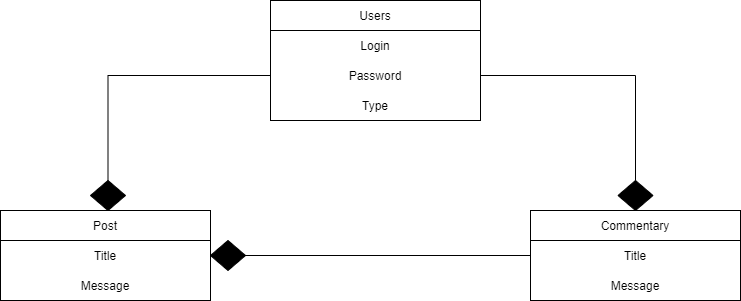
Above: docs/Diagramme de class.png in Geoffray-buhler/P05-OCR (draw.io), before the change. Source tidied: cells renumbered, new cells last; positions are measured from the earlier drawing's top-left corner, leaving out a move shared by most shapes. The source it was exported from:
```xml
<mxGraphModel>
  <root>
    <mxCell id="0" />
    <mxCell id="1" parent="0" />
    <mxCell id="2" style="rounded=0;whiteSpace=wrap;html=1;" parent="1" vertex="1">
      <mxGeometry x="270" width="210" height="120" as="geometry" />
    </mxCell>
    <mxCell id="3" value="Users" style="rounded=0;whiteSpace=wrap;html=1;" parent="1" vertex="1">
      <mxGeometry x="270" width="210" height="30" as="geometry" />
    </mxCell>
    <mxCell id="4" value="Login" style="text;html=1;strokeColor=none;fillColor=none;align=center;verticalAlign=middle;whiteSpace=wrap;rounded=0;" parent="1" vertex="1">
      <mxGeometry x="270" y="30" width="210" height="30" as="geometry" />
    </mxCell>
    <mxCell id="5" style="edgeStyle=orthogonalEdgeStyle;rounded=0;jettySize=auto;html=1;entryX=0.5;entryY=0;entryDx=0;entryDy=0;startArrow=none;" parent="1" edge="1" source="18" target="10">
      <mxGeometry relative="1" as="geometry" />
    </mxCell>
    <mxCell id="6" style="edgeStyle=orthogonalEdgeStyle;rounded=0;jettySize=auto;html=1;entryX=0.5;entryY=0;entryDx=0;entryDy=0;startArrow=none;" parent="1" edge="1" source="21" target="14">
      <mxGeometry relative="1" as="geometry" />
    </mxCell>
    <mxCell id="7" value="Password" style="text;html=1;strokeColor=none;fillColor=none;align=center;verticalAlign=middle;whiteSpace=wrap;rounded=0;" parent="1" vertex="1">
      <mxGeometry x="270" y="60" width="210" height="30" as="geometry" />
    </mxCell>
    <mxCell id="8" value="Type" style="text;html=1;strokeColor=none;fillColor=none;align=center;verticalAlign=middle;whiteSpace=wrap;rounded=0;" parent="1" vertex="1">
      <mxGeometry x="270" y="90" width="210" height="30" as="geometry" />
    </mxCell>
    <mxCell id="9" style="rounded=0;whiteSpace=wrap;html=1;" parent="1" vertex="1">
      <mxGeometry y="210" width="210" height="90" as="geometry" />
    </mxCell>
    <mxCell id="10" value="Post" style="rounded=0;whiteSpace=wrap;html=1;" parent="1" vertex="1">
      <mxGeometry y="210" width="210" height="30" as="geometry" />
    </mxCell>
    <mxCell id="11" value="Title" style="text;html=1;strokeColor=none;fillColor=none;align=center;verticalAlign=middle;whiteSpace=wrap;rounded=0;" parent="1" vertex="1">
      <mxGeometry y="240" width="210" height="30" as="geometry" />
    </mxCell>
    <mxCell id="12" value="Message" style="text;html=1;strokeColor=none;fillColor=none;align=center;verticalAlign=middle;whiteSpace=wrap;rounded=0;" parent="1" vertex="1">
      <mxGeometry y="270" width="210" height="30" as="geometry" />
    </mxCell>
    <mxCell id="13" style="rounded=0;whiteSpace=wrap;html=1;" parent="1" vertex="1">
      <mxGeometry x="530" y="210" width="210" height="90" as="geometry" />
    </mxCell>
    <mxCell id="14" value="Commentary" style="rounded=0;whiteSpace=wrap;html=1;" parent="1" vertex="1">
      <mxGeometry x="530" y="210" width="210" height="30" as="geometry" />
    </mxCell>
    <mxCell id="15" style="edgeStyle=orthogonalEdgeStyle;rounded=0;jettySize=auto;html=1;entryX=1;entryY=0.5;entryDx=0;entryDy=0;" parent="1" edge="1" source="16" target="11">
      <mxGeometry relative="1" as="geometry" />
    </mxCell>
    <mxCell id="16" value="Title" style="text;html=1;strokeColor=none;fillColor=none;align=center;verticalAlign=middle;whiteSpace=wrap;rounded=0;" parent="1" vertex="1">
      <mxGeometry x="530" y="240" width="210" height="30" as="geometry" />
    </mxCell>
    <mxCell id="17" value="Message" style="text;html=1;strokeColor=none;fillColor=none;align=center;verticalAlign=middle;whiteSpace=wrap;rounded=0;" parent="1" vertex="1">
      <mxGeometry x="530" y="270" width="210" height="30" as="geometry" />
    </mxCell>
    <mxCell id="18" style="rhombus;whiteSpace=wrap;html=1;fillColor=#000000;" parent="1" vertex="1">
      <mxGeometry x="90" y="180" width="35" height="30" as="geometry" />
    </mxCell>
    <mxCell id="19" style="edgeStyle=orthogonalEdgeStyle;rounded=0;jettySize=auto;html=1;entryX=0.5;entryY=0;entryDx=0;entryDy=0;endArrow=none;" parent="1" edge="1" source="7" target="18">
      <mxGeometry relative="1" as="geometry" />
    </mxCell>
    <mxCell id="20" style="rhombus;whiteSpace=wrap;html=1;fillColor=#000000;" parent="1" vertex="1">
      <mxGeometry x="210" y="240" width="35" height="30" as="geometry" />
    </mxCell>
    <mxCell id="21" style="rhombus;whiteSpace=wrap;html=1;fillColor=#000000;" parent="1" vertex="1">
      <mxGeometry x="617.5" y="180" width="35" height="30" as="geometry" />
    </mxCell>
    <mxCell id="22" style="edgeStyle=orthogonalEdgeStyle;rounded=0;jettySize=auto;html=1;entryX=0.5;entryY=0;entryDx=0;entryDy=0;endArrow=none;" parent="1" edge="1" source="7" target="21">
      <mxGeometry relative="1" as="geometry" />
    </mxCell>
  </root>
</mxGraphModel>
```
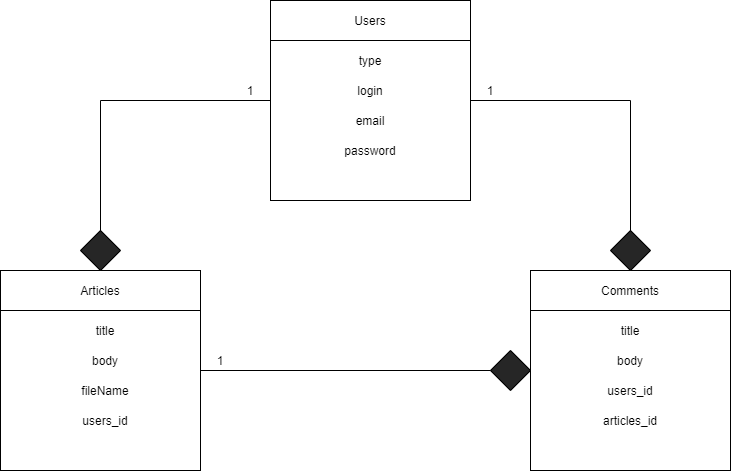
After the commit.

What changed in the source:
```diff
@@ -2,68 +2,86 @@
   <root>
     <mxCell id="0" />
     <mxCell id="1" parent="0" />
-    <mxCell id="2" style="rounded=0;whiteSpace=wrap;html=1;" parent="1" vertex="1">
-      <mxGeometry x="270" width="210" height="120" as="geometry" />
-    </mxCell>
+    <mxCell id="23" style="edgeStyle=orthogonalEdgeStyle;rounded=0;jettySize=auto;html=1;entryX=0.5;entryY=0;entryDx=0;entryDy=0;" parent="1" edge="1" source="25" target="27">
+      <mxGeometry relative="1" as="geometry" />
+    </mxCell>
+    <mxCell id="24" style="edgeStyle=orthogonalEdgeStyle;rounded=0;jettySize=auto;html=1;entryX=0.5;entryY=0;entryDx=0;entryDy=0;" parent="1" edge="1" source="25" target="29">
+      <mxGeometry relative="1" as="geometry" />
+    </mxCell>
+    <mxCell id="25" style="rounded=0;whiteSpace=wrap;html=1;" parent="1" vertex="1">
+      <mxGeometry x="270" width="200" height="200" as="geometry" />
+    </mxCell>
     <mxCell id="3" value="Users" style="rounded=0;whiteSpace=wrap;html=1;" parent="1" vertex="1">
-      <mxGeometry x="270" width="210" height="30" as="geometry" />
+      <mxGeometry x="270" width="200" height="40" as="geometry" />
     </mxCell>
-    <mxCell id="4" value="Login" style="text;html=1;strokeColor=none;fillColor=none;align=center;verticalAlign=middle;whiteSpace=wrap;rounded=0;" parent="1" vertex="1">
-      <mxGeometry x="270" y="30" width="210" height="30" as="geometry" />
-    </mxCell>
-    <mxCell id="5" style="edgeStyle=orthogonalEdgeStyle;rounded=0;jettySize=auto;html=1;entryX=0.5;entryY=0;entryDx=0;entryDy=0;startArrow=none;" parent="1" edge="1" source="18" target="10">
-      <mxGeometry relative="1" as="geometry" />
-    </mxCell>
-    <mxCell id="6" style="edgeStyle=orthogonalEdgeStyle;rounded=0;jettySize=auto;html=1;entryX=0.5;entryY=0;entryDx=0;entryDy=0;startArrow=none;" parent="1" edge="1" source="21" target="14">
-      <mxGeometry relative="1" as="geometry" />
-    </mxCell>
-    <mxCell id="7" value="Password" style="text;html=1;strokeColor=none;fillColor=none;align=center;verticalAlign=middle;whiteSpace=wrap;rounded=0;" parent="1" vertex="1">
-      <mxGeometry x="270" y="60" width="210" height="30" as="geometry" />
-    </mxCell>
-    <mxCell id="8" value="Type" style="text;html=1;strokeColor=none;fillColor=none;align=center;verticalAlign=middle;whiteSpace=wrap;rounded=0;" parent="1" vertex="1">
-      <mxGeometry x="270" y="90" width="210" height="30" as="geometry" />
-    </mxCell>
-    <mxCell id="9" style="rounded=0;whiteSpace=wrap;html=1;" parent="1" vertex="1">
-      <mxGeometry y="210" width="210" height="90" as="geometry" />
-    </mxCell>
-    <mxCell id="10" value="Post" style="rounded=0;whiteSpace=wrap;html=1;" parent="1" vertex="1">
-      <mxGeometry y="210" width="210" height="30" as="geometry" />
-    </mxCell>
-    <mxCell id="11" value="Title" style="text;html=1;strokeColor=none;fillColor=none;align=center;verticalAlign=middle;whiteSpace=wrap;rounded=0;" parent="1" vertex="1">
-      <mxGeometry y="240" width="210" height="30" as="geometry" />
-    </mxCell>
-    <mxCell id="12" value="Message" style="text;html=1;strokeColor=none;fillColor=none;align=center;verticalAlign=middle;whiteSpace=wrap;rounded=0;" parent="1" vertex="1">
-      <mxGeometry y="270" width="210" height="30" as="geometry" />
-    </mxCell>
-    <mxCell id="13" style="rounded=0;whiteSpace=wrap;html=1;" parent="1" vertex="1">
-      <mxGeometry x="530" y="210" width="210" height="90" as="geometry" />
-    </mxCell>
-    <mxCell id="14" value="Commentary" style="rounded=0;whiteSpace=wrap;html=1;" parent="1" vertex="1">
-      <mxGeometry x="530" y="210" width="210" height="30" as="geometry" />
-    </mxCell>
-    <mxCell id="15" style="edgeStyle=orthogonalEdgeStyle;rounded=0;jettySize=auto;html=1;entryX=1;entryY=0.5;entryDx=0;entryDy=0;" parent="1" edge="1" source="16" target="11">
-      <mxGeometry relative="1" as="geometry" />
-    </mxCell>
-    <mxCell id="16" value="Title" style="text;html=1;strokeColor=none;fillColor=none;align=center;verticalAlign=middle;whiteSpace=wrap;rounded=0;" parent="1" vertex="1">
-      <mxGeometry x="530" y="240" width="210" height="30" as="geometry" />
-    </mxCell>
-    <mxCell id="17" value="Message" style="text;html=1;strokeColor=none;fillColor=none;align=center;verticalAlign=middle;whiteSpace=wrap;rounded=0;" parent="1" vertex="1">
-      <mxGeometry x="530" y="270" width="210" height="30" as="geometry" />
-    </mxCell>
-    <mxCell id="18" style="rhombus;whiteSpace=wrap;html=1;fillColor=#000000;" parent="1" vertex="1">
-      <mxGeometry x="90" y="180" width="35" height="30" as="geometry" />
-    </mxCell>
-    <mxCell id="19" style="edgeStyle=orthogonalEdgeStyle;rounded=0;jettySize=auto;html=1;entryX=0.5;entryY=0;entryDx=0;entryDy=0;endArrow=none;" parent="1" edge="1" source="7" target="18">
-      <mxGeometry relative="1" as="geometry" />
-    </mxCell>
-    <mxCell id="20" style="rhombus;whiteSpace=wrap;html=1;fillColor=#000000;" parent="1" vertex="1">
-      <mxGeometry x="210" y="240" width="35" height="30" as="geometry" />
-    </mxCell>
-    <mxCell id="21" style="rhombus;whiteSpace=wrap;html=1;fillColor=#000000;" parent="1" vertex="1">
-      <mxGeometry x="617.5" y="180" width="35" height="30" as="geometry" />
-    </mxCell>
-    <mxCell id="22" style="edgeStyle=orthogonalEdgeStyle;rounded=0;jettySize=auto;html=1;entryX=0.5;entryY=0;entryDx=0;entryDy=0;endArrow=none;" parent="1" edge="1" source="7" target="21">
-      <mxGeometry relative="1" as="geometry" />
-    </mxCell>
+    <mxCell id="26" style="rounded=0;whiteSpace=wrap;html=1;" parent="1" vertex="1">
+      <mxGeometry x="530" y="270" width="200" height="200" as="geometry" />
+    </mxCell>
+    <mxCell id="27" value="Comments" style="rounded=0;whiteSpace=wrap;html=1;" parent="1" vertex="1">
+      <mxGeometry x="530" y="270" width="200" height="40" as="geometry" />
+    </mxCell>
+    <mxCell id="28" style="rounded=0;whiteSpace=wrap;html=1;" parent="1" vertex="1">
+      <mxGeometry y="270" width="200" height="200" as="geometry" />
+    </mxCell>
+    <mxCell id="29" value="Articles" style="rounded=0;whiteSpace=wrap;html=1;" parent="1" vertex="1">
+      <mxGeometry y="270" width="200" height="40" as="geometry" />
+    </mxCell>
+    <mxCell id="30" value="title" style="text;html=1;strokeColor=none;fillColor=none;align=center;verticalAlign=middle;whiteSpace=wrap;rounded=0;" parent="1" vertex="1">
+      <mxGeometry x="40" y="320" width="130" height="20" as="geometry" />
+    </mxCell>
+    <mxCell id="31" value="body" style="text;html=1;strokeColor=none;fillColor=none;align=center;verticalAlign=middle;whiteSpace=wrap;rounded=0;" parent="1" vertex="1">
+      <mxGeometry x="40" y="350" width="130" height="20" as="geometry" />
+    </mxCell>
+    <mxCell id="32" value="fileName" style="text;html=1;strokeColor=none;fillColor=none;align=center;verticalAlign=middle;whiteSpace=wrap;rounded=0;" parent="1" vertex="1">
+      <mxGeometry x="40" y="380" width="130" height="20" as="geometry" />
+    </mxCell>
+    <mxCell id="33" value="users_id" style="text;html=1;strokeColor=none;fillColor=none;align=center;verticalAlign=middle;whiteSpace=wrap;rounded=0;" parent="1" vertex="1">
+      <mxGeometry x="40" y="410" width="130" height="20" as="geometry" />
+    </mxCell>
+    <mxCell id="34" value="title" style="text;html=1;strokeColor=none;fillColor=none;align=center;verticalAlign=middle;whiteSpace=wrap;rounded=0;" parent="1" vertex="1">
+      <mxGeometry x="565" y="320" width="130" height="20" as="geometry" />
+    </mxCell>
+    <mxCell id="35" value="body" style="text;html=1;strokeColor=none;fillColor=none;align=center;verticalAlign=middle;whiteSpace=wrap;rounded=0;" parent="1" vertex="1">
+      <mxGeometry x="565" y="350" width="130" height="20" as="geometry" />
+    </mxCell>
+    <mxCell id="36" value="users_id" style="text;html=1;strokeColor=none;fillColor=none;align=center;verticalAlign=middle;whiteSpace=wrap;rounded=0;" parent="1" vertex="1">
+      <mxGeometry x="565" y="380" width="130" height="20" as="geometry" />
+    </mxCell>
+    <mxCell id="37" value="articles_id" style="text;html=1;strokeColor=none;fillColor=none;align=center;verticalAlign=middle;whiteSpace=wrap;rounded=0;" parent="1" vertex="1">
+      <mxGeometry x="565" y="410" width="130" height="20" as="geometry" />
+    </mxCell>
+    <mxCell id="38" value="type" style="text;html=1;strokeColor=none;fillColor=none;align=center;verticalAlign=middle;whiteSpace=wrap;rounded=0;" parent="1" vertex="1">
+      <mxGeometry x="305" y="50" width="130" height="20" as="geometry" />
+    </mxCell>
+    <mxCell id="39" value="login" style="text;html=1;strokeColor=none;fillColor=none;align=center;verticalAlign=middle;whiteSpace=wrap;rounded=0;" parent="1" vertex="1">
+      <mxGeometry x="305" y="80" width="130" height="20" as="geometry" />
+    </mxCell>
+    <mxCell id="40" value="email" style="text;html=1;strokeColor=none;fillColor=none;align=center;verticalAlign=middle;whiteSpace=wrap;rounded=0;" parent="1" vertex="1">
+      <mxGeometry x="305" y="110" width="130" height="20" as="geometry" />
+    </mxCell>
+    <mxCell id="41" value="password" style="text;html=1;strokeColor=none;fillColor=none;align=center;verticalAlign=middle;whiteSpace=wrap;rounded=0;" parent="1" vertex="1">
+      <mxGeometry x="305" y="140" width="130" height="20" as="geometry" />
+    </mxCell>
+    <mxCell id="42" style="rhombus;whiteSpace=wrap;html=1;fillColor=#262626;" parent="1" vertex="1">
+      <mxGeometry x="80" y="230" width="40" height="40" as="geometry" />
+    </mxCell>
+    <mxCell id="43" style="rhombus;whiteSpace=wrap;html=1;fillColor=#262626;" parent="1" vertex="1">
+      <mxGeometry x="610" y="230" width="40" height="40" as="geometry" />
+    </mxCell>
+    <mxCell id="44" value="1" style="text;html=1;strokeColor=none;fillColor=none;align=center;verticalAlign=middle;whiteSpace=wrap;rounded=0;" parent="1" vertex="1">
+      <mxGeometry x="230" y="80" width="40" height="20" as="geometry" />
+    </mxCell>
+    <mxCell id="45" value="1" style="text;html=1;strokeColor=none;fillColor=none;align=center;verticalAlign=middle;whiteSpace=wrap;rounded=0;" parent="1" vertex="1">
+      <mxGeometry x="470" y="80" width="40" height="20" as="geometry" />
+    </mxCell>
+    <mxCell id="46" value="1" style="text;html=1;strokeColor=none;fillColor=none;align=center;verticalAlign=middle;whiteSpace=wrap;rounded=0;" parent="1" vertex="1">
+      <mxGeometry x="200" y="350" width="40" height="20" as="geometry" />
+    </mxCell>
+    <mxCell id="47" style="rhombus;whiteSpace=wrap;html=1;fillColor=#262626;" parent="1" vertex="1">
+      <mxGeometry x="490" y="350" width="40" height="40" as="geometry" />
+    </mxCell>
+    <mxCell id="48" style="edgeStyle=orthogonalEdgeStyle;rounded=0;jettySize=auto;html=1;endArrow=none;" parent="1" edge="1" source="28" target="47">
+      <mxGeometry relative="1" as="geometry" />
+    </mxCell>
   </root>
 </mxGraphModel>
```
